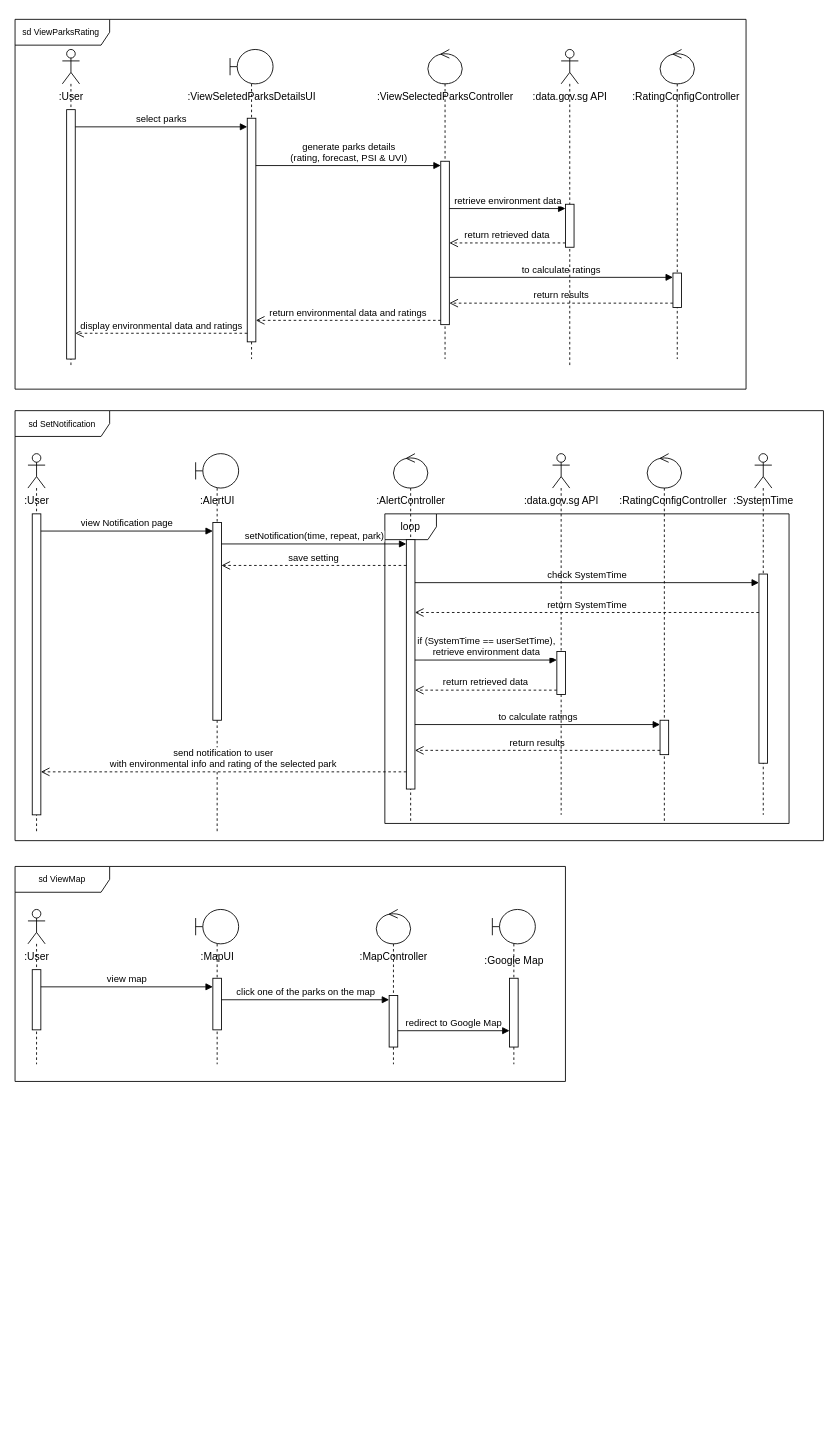
Above: page "Lab3" (5 of 5) of sequence.drawio in tetsuri2000/sequence-diagram-temp (draw.io), before the change. Source tidied: cells renumbered, new cells numbered last; positions are measured from the earlier drawing's top-left corner, leaving out a move shared by most shapes. Both pictures are drawn from the tidied source at 86%, with x=0, y=0 at pixel (15, 19).
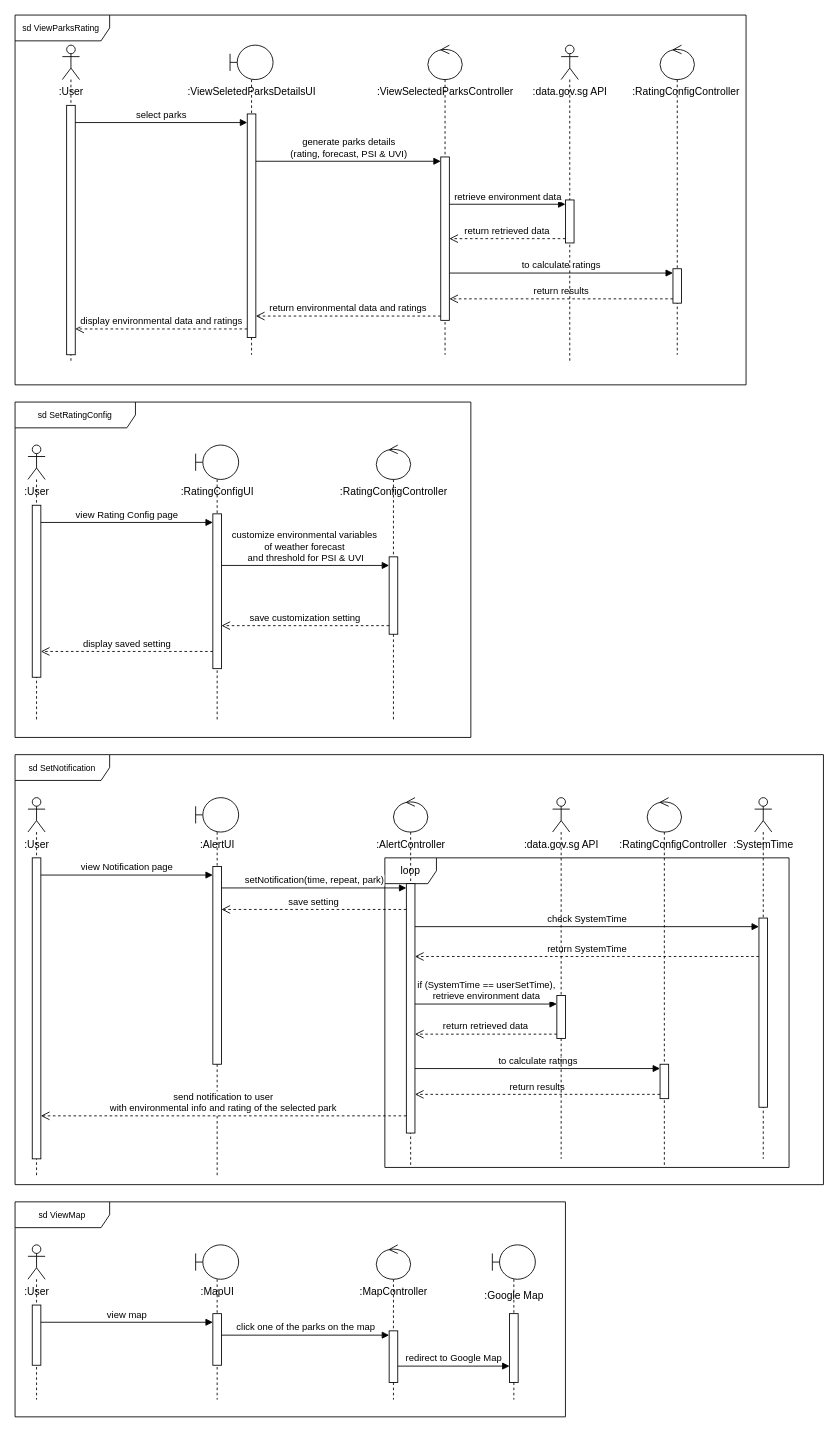
Above is the later version.

Unchanged cells that the change refers to:
```xml
<mxCell id="7" style="html=1;points=[[0,0,0,0,5],[0,1,0,0,-5],[1,0,0,0,5],[1,1,0,0,-5]];perimeter=orthogonalPerimeter;outlineConnect=0;targetShapes=umlLifeline;portConstraint=eastwest;newEdgeStyle={&quot;curved&quot;:0,&quot;rounded&quot;:0};" parent="6" vertex="1">
  <mxGeometry x="20" y="80" width="10" height="260" as="geometry" />
</mxCell>
<mxCell id="10" style="html=1;points=[[0,0,0,0,5],[0,1,0,0,-5],[1,0,0,0,5],[1,1,0,0,-5]];perimeter=orthogonalPerimeter;outlineConnect=0;targetShapes=umlLifeline;portConstraint=eastwest;newEdgeStyle={&quot;curved&quot;:0,&quot;rounded&quot;:0};" parent="9" vertex="1">
  <mxGeometry x="15" y="130" width="10" height="190" as="geometry" />
</mxCell>
<mxCell id="32" style="html=1;points=[[0,0,0,0,5],[0,1,0,0,-5],[1,0,0,0,5],[1,1,0,0,-5]];perimeter=orthogonalPerimeter;outlineConnect=0;targetShapes=umlLifeline;portConstraint=eastwest;newEdgeStyle={&quot;curved&quot;:0,&quot;rounded&quot;:0};" parent="31" vertex="1">
  <mxGeometry x="20" y="80" width="10" height="230" as="geometry" />
</mxCell>
<mxCell id="50" style="html=1;points=[[0,0,0,0,5],[0,1,0,0,-5],[1,0,0,0,5],[1,1,0,0,-5]];perimeter=orthogonalPerimeter;outlineConnect=0;targetShapes=umlLifeline;portConstraint=eastwest;newEdgeStyle={&quot;curved&quot;:0,&quot;rounded&quot;:0};" parent="49" vertex="1">
  <mxGeometry x="5" y="230" width="10" height="50" as="geometry" />
</mxCell>
<mxCell id="61" style="html=1;points=[[0,0,0,0,5],[0,1,0,0,-5],[1,0,0,0,5],[1,1,0,0,-5]];perimeter=orthogonalPerimeter;outlineConnect=0;targetShapes=umlLifeline;portConstraint=eastwest;newEdgeStyle={&quot;curved&quot;:0,&quot;rounded&quot;:0};" parent="60" vertex="1">
  <mxGeometry x="20" y="80" width="10" height="60" as="geometry" />
</mxCell>
<mxCell id="71" style="html=1;points=[[0,0,0,0,5],[0,1,0,0,-5],[1,0,0,0,5],[1,1,0,0,-5]];perimeter=orthogonalPerimeter;outlineConnect=0;targetShapes=umlLifeline;portConstraint=eastwest;newEdgeStyle={&quot;curved&quot;:0,&quot;rounded&quot;:0};" parent="70" vertex="1">
  <mxGeometry x="20" y="80" width="10" height="80" as="geometry" />
</mxCell>
```

The edit, as a diff of the source:
```diff
@@
     <mxCell id="2" value="&lt;font style=&quot;font-size: 10px;&quot;&gt;sd ViewParksRating&amp;nbsp;&lt;/font&gt;" style="shape=umlFrame;whiteSpace=wrap;html=1;width=110;height=30;" parent="1" vertex="1">
-      <mxGeometry width="850" height="430" as="geometry" />
+      <mxGeometry y="-5" width="850" height="430" as="geometry" />
     </mxCell>
     <mxCell id="3" style="shape=umlLifeline;perimeter=lifelinePerimeter;whiteSpace=wrap;html=1;newEdgeStyle={&quot;curved&quot;:0,&quot;rounded&quot;:0};participant=umlActor;" parent="1" vertex="1">
-      <mxGeometry x="55" y="35" width="20" height="370" as="geometry" />
+      <mxGeometry x="55" y="30" width="20" height="370" as="geometry" />
     </mxCell>
@@
     <mxCell id="5" value=":User" style="text;html=1;align=center;verticalAlign=middle;strokeColor=none;fillColor=none;fontSize=12;" parent="1" vertex="1">
-      <mxGeometry x="40" y="75" width="50" height="30" as="geometry" />
+      <mxGeometry x="40" y="70" width="50" height="30" as="geometry" />
     </mxCell>
     <mxCell id="6" style="shape=umlLifeline;perimeter=lifelinePerimeter;whiteSpace=wrap;html=1;newEdgeStyle={&quot;curved&quot;:0,&quot;rounded&quot;:0};participant=umlBoundary;" parent="1" vertex="1">
-      <mxGeometry x="250" y="35" width="50" height="360" as="geometry" />
+      <mxGeometry x="250" y="30" width="50" height="360" as="geometry" />
     </mxCell>
@@
     <mxCell id="8" value=":ViewSeletedParksDetailsUI" style="text;html=1;align=center;verticalAlign=middle;strokeColor=none;fillColor=none;" parent="1" vertex="1">
-      <mxGeometry x="190" y="75" width="170" height="30" as="geometry" />
+      <mxGeometry x="190" y="70" width="170" height="30" as="geometry" />
     </mxCell>
     <mxCell id="9" style="shape=umlLifeline;perimeter=lifelinePerimeter;whiteSpace=wrap;html=1;newEdgeStyle={&quot;curved&quot;:0,&quot;rounded&quot;:0};participant=umlControl;" parent="1" vertex="1">
-      <mxGeometry x="480" y="35" width="40" height="360" as="geometry" />
+      <mxGeometry x="480" y="30" width="40" height="360" as="geometry" />
     </mxCell>
@@
     <mxCell id="11" value=":ViewSelectedParksController" style="text;html=1;align=center;verticalAlign=middle;strokeColor=none;fillColor=none;" parent="1" vertex="1">
-      <mxGeometry x="410" y="75" width="180" height="30" as="geometry" />
+      <mxGeometry x="410" y="70" width="180" height="30" as="geometry" />
     </mxCell>
     <mxCell id="12" style="shape=umlLifeline;perimeter=lifelinePerimeter;whiteSpace=wrap;html=1;newEdgeStyle={&quot;curved&quot;:0,&quot;rounded&quot;:0};participant=umlControl;" parent="1" vertex="1">
-      <mxGeometry x="750" y="35" width="40" height="360" as="geometry" />
+      <mxGeometry x="750" y="30" width="40" height="360" as="geometry" />
     </mxCell>
@@
     <mxCell id="14" value=":RatingConfigController" style="text;html=1;align=center;verticalAlign=middle;strokeColor=none;fillColor=none;" parent="1" vertex="1">
-      <mxGeometry x="705" y="75" width="150" height="30" as="geometry" />
+      <mxGeometry x="705" y="70" width="150" height="30" as="geometry" />
     </mxCell>
     <mxCell id="15" value="return retrieved data" style="html=1;verticalAlign=bottom;endArrow=open;dashed=1;endSize=8;curved=0;rounded=0;exitX=0;exitY=1;exitDx=0;exitDy=-5;" parent="1" edge="1" target="10">
       <mxGeometry relative="1" as="geometry">
-        <mxPoint x="640" y="260" as="sourcePoint" />
+        <mxPoint x="640" y="255" as="sourcePoint" />
       </mxGeometry>
     </mxCell>
     <mxCell id="16" value="retrieve environment data" style="html=1;verticalAlign=bottom;endArrow=block;curved=0;rounded=0;entryX=0;entryY=0;entryDx=0;entryDy=5;" parent="1" edge="1" source="10">
       <mxGeometry relative="1" as="geometry">
-        <mxPoint x="640" y="220" as="targetPoint" />
+        <mxPoint x="640" y="215" as="targetPoint" />
       </mxGeometry>
     </mxCell>
@@
     <mxCell id="21" value="select parks" style="html=1;verticalAlign=bottom;endArrow=block;curved=0;rounded=0;" parent="1" edge="1" target="7">
       <mxGeometry relative="1" as="geometry">
-        <mxPoint x="70" y="125" as="sourcePoint" />
+        <mxPoint x="70" y="120" as="sourcePoint" />
       </mxGeometry>
     </mxCell>
     <mxCell id="22" value="display environmental data and ratings" style="html=1;verticalAlign=bottom;endArrow=open;dashed=1;endSize=8;curved=0;rounded=0;" parent="1" edge="1" source="7">
       <mxGeometry relative="1" as="geometry">
-        <mxPoint x="70" y="365" as="targetPoint" />
+        <mxPoint x="70" y="360" as="targetPoint" />
       </mxGeometry>
     </mxCell>
     <mxCell id="23" style="shape=umlLifeline;perimeter=lifelinePerimeter;whiteSpace=wrap;html=1;newEdgeStyle={&quot;curved&quot;:0,&quot;rounded&quot;:0};participant=umlActor;" parent="1" vertex="1">
-      <mxGeometry x="635" y="35" width="20" height="370" as="geometry" />
+      <mxGeometry x="635" y="30" width="20" height="370" as="geometry" />
     </mxCell>
@@
     <mxCell id="25" value=":data.gov.sg API" style="text;html=1;align=center;verticalAlign=middle;strokeColor=none;fillColor=none;" parent="1" vertex="1">
-      <mxGeometry x="590" y="75" width="110" height="30" as="geometry" />
+      <mxGeometry x="590" y="70" width="110" height="30" as="geometry" />
     </mxCell>
     <mxCell id="26" value="loop" style="shape=umlFrame;whiteSpace=wrap;html=1;" parent="1" vertex="1">
-      <mxGeometry x="430" y="575" width="470" height="360" as="geometry" />
+      <mxGeometry x="430" y="975" width="470" height="360" as="geometry" />
     </mxCell>
     <mxCell id="27" value="&lt;font style=&quot;font-size: 10px;&quot;&gt;sd SetNotification&lt;/font&gt;" style="shape=umlFrame;whiteSpace=wrap;html=1;width=110;height=30;" parent="1" vertex="1">
-      <mxGeometry y="455" width="940" height="500" as="geometry" />
+      <mxGeometry y="855" width="940" height="500" as="geometry" />
     </mxCell>
     <mxCell id="28" style="shape=umlLifeline;perimeter=lifelinePerimeter;whiteSpace=wrap;html=1;newEdgeStyle={&quot;curved&quot;:0,&quot;rounded&quot;:0};participant=umlActor;" parent="1" vertex="1">
-      <mxGeometry x="15" y="505" width="20" height="440" as="geometry" />
+      <mxGeometry x="15" y="905" width="20" height="440" as="geometry" />
     </mxCell>
@@
     <mxCell id="30" value=":User" style="text;html=1;align=center;verticalAlign=middle;strokeColor=none;fillColor=none;fontSize=12;" parent="1" vertex="1">
-      <mxGeometry y="545" width="50" height="30" as="geometry" />
+      <mxGeometry y="945" width="50" height="30" as="geometry" />
     </mxCell>
     <mxCell id="31" style="shape=umlLifeline;perimeter=lifelinePerimeter;whiteSpace=wrap;html=1;newEdgeStyle={&quot;curved&quot;:0,&quot;rounded&quot;:0};participant=umlBoundary;" parent="1" vertex="1">
-      <mxGeometry x="210" y="505" width="50" height="440" as="geometry" />
+      <mxGeometry x="210" y="905" width="50" height="440" as="geometry" />
     </mxCell>
@@
     <mxCell id="33" value=":AlertUI" style="text;html=1;align=center;verticalAlign=middle;strokeColor=none;fillColor=none;" parent="1" vertex="1">
-      <mxGeometry x="205" y="545" width="60" height="30" as="geometry" />
+      <mxGeometry x="205" y="945" width="60" height="30" as="geometry" />
     </mxCell>
     <mxCell id="34" style="shape=umlLifeline;perimeter=lifelinePerimeter;whiteSpace=wrap;html=1;newEdgeStyle={&quot;curved&quot;:0,&quot;rounded&quot;:0};participant=umlControl;" parent="1" vertex="1">
-      <mxGeometry x="440" y="505" width="40" height="430" as="geometry" />
+      <mxGeometry x="440" y="905" width="40" height="430" as="geometry" />
     </mxCell>
@@
     <mxCell id="36" value=":AlertController" style="text;html=1;align=center;verticalAlign=middle;strokeColor=none;fillColor=none;" parent="1" vertex="1">
-      <mxGeometry x="410" y="545" width="100" height="30" as="geometry" />
+      <mxGeometry x="410" y="945" width="100" height="30" as="geometry" />
     </mxCell>
     <mxCell id="37" style="shape=umlLifeline;perimeter=lifelinePerimeter;whiteSpace=wrap;html=1;newEdgeStyle={&quot;curved&quot;:0,&quot;rounded&quot;:0};participant=umlControl;" parent="1" vertex="1">
-      <mxGeometry x="735" y="505" width="40" height="430" as="geometry" />
+      <mxGeometry x="735" y="905" width="40" height="430" as="geometry" />
     </mxCell>
@@
     <mxCell id="39" value=":RatingConfigController" style="text;html=1;align=center;verticalAlign=middle;strokeColor=none;fillColor=none;" parent="1" vertex="1">
-      <mxGeometry x="690" y="545" width="150" height="30" as="geometry" />
+      <mxGeometry x="690" y="945" width="150" height="30" as="geometry" />
     </mxCell>
@@
     <mxCell id="42" value="save setting" style="html=1;verticalAlign=bottom;endArrow=open;dashed=1;endSize=8;curved=0;rounded=0;exitX=0;exitY=1;exitDx=0;exitDy=-5;" parent="1" edge="1">
       <mxGeometry relative="1" as="geometry">
-        <mxPoint x="455" y="635" as="sourcePoint" />
-        <mxPoint x="240" y="635" as="targetPoint" />
+        <mxPoint x="455" y="1035" as="sourcePoint" />
+        <mxPoint x="240" y="1035" as="targetPoint" />
       </mxGeometry>
     </mxCell>
@@
     <mxCell id="45" value="view Notification page" style="html=1;verticalAlign=bottom;endArrow=block;curved=0;rounded=0;" parent="1" edge="1" target="32">
       <mxGeometry relative="1" as="geometry">
-        <mxPoint x="30" y="595" as="sourcePoint" />
+        <mxPoint x="30" y="995" as="sourcePoint" />
       </mxGeometry>
     </mxCell>
     <mxCell id="46" value="send notification to user &lt;br&gt;with environmental info and rating of the selected park" style="html=1;verticalAlign=bottom;endArrow=open;dashed=1;endSize=8;curved=0;rounded=0;" parent="1" edge="1">
       <mxGeometry relative="1" as="geometry">
-        <mxPoint x="455" y="875" as="sourcePoint" />
-        <mxPoint x="30" y="875" as="targetPoint" />
+        <mxPoint x="455" y="1275" as="sourcePoint" />
+        <mxPoint x="30" y="1275" as="targetPoint" />
       </mxGeometry>
     </mxCell>
     <mxCell id="47" value="check SystemTime" style="html=1;verticalAlign=bottom;endArrow=block;curved=0;rounded=0;" parent="1" edge="1">
       <mxGeometry relative="1" as="geometry">
-        <mxPoint x="465" y="655" as="sourcePoint" />
-        <mxPoint x="865" y="655" as="targetPoint" />
+        <mxPoint x="465" y="1055" as="sourcePoint" />
+        <mxPoint x="865" y="1055" as="targetPoint" />
       </mxGeometry>
     </mxCell>
     <mxCell id="48" value="return SystemTime" style="html=1;verticalAlign=bottom;endArrow=open;dashed=1;endSize=8;curved=0;rounded=0;" parent="1" edge="1">
       <mxGeometry relative="1" as="geometry">
-        <mxPoint x="865" y="689.7" as="sourcePoint" />
-        <mxPoint x="465" y="689.7" as="targetPoint" />
+        <mxPoint x="865" y="1089.7" as="sourcePoint" />
+        <mxPoint x="465" y="1089.7" as="targetPoint" />
       </mxGeometry>
     </mxCell>
     <mxCell id="49" style="shape=umlLifeline;perimeter=lifelinePerimeter;whiteSpace=wrap;html=1;newEdgeStyle={&quot;curved&quot;:0,&quot;rounded&quot;:0};participant=umlActor;" parent="1" vertex="1">
-      <mxGeometry x="625" y="505" width="20" height="420" as="geometry" />
+      <mxGeometry x="625" y="905" width="20" height="420" as="geometry" />
     </mxCell>
@@
     <mxCell id="51" value=":data.gov.sg API" style="text;html=1;align=center;verticalAlign=middle;strokeColor=none;fillColor=none;" parent="1" vertex="1">
-      <mxGeometry x="580" y="545" width="110" height="30" as="geometry" />
+      <mxGeometry x="580" y="945" width="110" height="30" as="geometry" />
     </mxCell>
     <mxCell id="52" style="shape=umlLifeline;perimeter=lifelinePerimeter;whiteSpace=wrap;html=1;newEdgeStyle={&quot;curved&quot;:0,&quot;rounded&quot;:0};participant=umlActor;" parent="1" vertex="1">
-      <mxGeometry x="860" y="505" width="20" height="420" as="geometry" />
+      <mxGeometry x="860" y="905" width="20" height="420" as="geometry" />
     </mxCell>
@@
     <mxCell id="54" value=":SystemTime" style="text;html=1;align=center;verticalAlign=middle;strokeColor=none;fillColor=none;" parent="1" vertex="1">
-      <mxGeometry x="825" y="545" width="90" height="30" as="geometry" />
+      <mxGeometry x="825" y="945" width="90" height="30" as="geometry" />
     </mxCell>
     <mxCell id="55" value="if (SystemTime == userSetTime),&lt;br&gt;retrieve environment data" style="html=1;verticalAlign=bottom;endArrow=block;curved=0;rounded=0;" parent="1" edge="1" target="50">
       <mxGeometry relative="1" as="geometry">
-        <mxPoint x="465" y="745" as="sourcePoint" />
+        <mxPoint x="465" y="1145" as="sourcePoint" />
       </mxGeometry>
     </mxCell>
     <mxCell id="56" value="&lt;font style=&quot;font-size: 10px;&quot;&gt;sd ViewMap&lt;/font&gt;" style="shape=umlFrame;whiteSpace=wrap;html=1;width=110;height=30;" parent="1" vertex="1">
-      <mxGeometry y="985" width="640" height="250" as="geometry" />
+      <mxGeometry y="1375" width="640" height="250" as="geometry" />
     </mxCell>
     <mxCell id="57" style="shape=umlLifeline;perimeter=lifelinePerimeter;whiteSpace=wrap;html=1;newEdgeStyle={&quot;curved&quot;:0,&quot;rounded&quot;:0};participant=umlActor;" parent="1" vertex="1">
-      <mxGeometry x="15" y="1035" width="20" height="180" as="geometry" />
+      <mxGeometry x="15" y="1425" width="20" height="180" as="geometry" />
     </mxCell>
@@
     <mxCell id="59" value=":User" style="text;html=1;align=center;verticalAlign=middle;strokeColor=none;fillColor=none;fontSize=12;" parent="1" vertex="1">
-      <mxGeometry y="1075" width="50" height="30" as="geometry" />
+      <mxGeometry y="1465" width="50" height="30" as="geometry" />
     </mxCell>
     <mxCell id="60" style="shape=umlLifeline;perimeter=lifelinePerimeter;whiteSpace=wrap;html=1;newEdgeStyle={&quot;curved&quot;:0,&quot;rounded&quot;:0};participant=umlBoundary;" parent="1" vertex="1">
-      <mxGeometry x="210" y="1035" width="50" height="180" as="geometry" />
+      <mxGeometry x="210" y="1425" width="50" height="180" as="geometry" />
     </mxCell>
@@
     <mxCell id="62" value=":MapUI" style="text;html=1;align=center;verticalAlign=middle;strokeColor=none;fillColor=none;" parent="1" vertex="1">
-      <mxGeometry x="205" y="1075" width="60" height="30" as="geometry" />
+      <mxGeometry x="205" y="1465" width="60" height="30" as="geometry" />
     </mxCell>
     <mxCell id="63" style="shape=umlLifeline;perimeter=lifelinePerimeter;whiteSpace=wrap;html=1;newEdgeStyle={&quot;curved&quot;:0,&quot;rounded&quot;:0};participant=umlControl;" parent="1" vertex="1">
-      <mxGeometry x="420" y="1035" width="40" height="180" as="geometry" />
+      <mxGeometry x="420" y="1425" width="40" height="180" as="geometry" />
     </mxCell>
@@
     <mxCell id="65" value=":MapController" style="text;html=1;align=center;verticalAlign=middle;strokeColor=none;fillColor=none;" parent="1" vertex="1">
-      <mxGeometry x="390" y="1075" width="100" height="30" as="geometry" />
+      <mxGeometry x="390" y="1465" width="100" height="30" as="geometry" />
     </mxCell>
@@
     <mxCell id="67" value="view map" style="html=1;verticalAlign=bottom;endArrow=block;curved=0;rounded=0;" parent="1" edge="1" target="61">
       <mxGeometry relative="1" as="geometry">
-        <mxPoint x="30" y="1125" as="sourcePoint" />
+        <mxPoint x="30" y="1515" as="sourcePoint" />
       </mxGeometry>
     </mxCell>
     <mxCell id="68" value="redirect to Google Map" style="html=1;verticalAlign=bottom;endArrow=block;curved=0;rounded=0;" parent="1" edge="1" target="71">
       <mxGeometry relative="1" as="geometry">
-        <mxPoint x="445" y="1176" as="sourcePoint" />
+        <mxPoint x="445" y="1566" as="sourcePoint" />
       </mxGeometry>
     </mxCell>
     <mxCell id="69" value=":Google Map" style="text;html=1;align=center;verticalAlign=middle;strokeColor=none;fillColor=none;" parent="1" vertex="1">
-      <mxGeometry x="535" y="1080" width="90" height="30" as="geometry" />
+      <mxGeometry x="535" y="1470" width="90" height="30" as="geometry" />
     </mxCell>
     <mxCell id="70" style="shape=umlLifeline;perimeter=lifelinePerimeter;whiteSpace=wrap;html=1;newEdgeStyle={&quot;curved&quot;:0,&quot;rounded&quot;:0};participant=umlBoundary;" parent="1" vertex="1">
-      <mxGeometry x="555" y="1035" width="50" height="180" as="geometry" />
+      <mxGeometry x="555" y="1425" width="50" height="180" as="geometry" />
     </mxCell>
@@
+    <mxCell id="72" value="&lt;font style=&quot;font-size: 10px;&quot;&gt;sd SetRatingConfig&lt;/font&gt;" style="shape=umlFrame;whiteSpace=wrap;html=1;width=140;height=30;" parent="1" vertex="1">
+      <mxGeometry y="445" width="530" height="390" as="geometry" />
+    </mxCell>
+    <mxCell id="73" style="shape=umlLifeline;perimeter=lifelinePerimeter;whiteSpace=wrap;html=1;newEdgeStyle={&quot;curved&quot;:0,&quot;rounded&quot;:0};participant=umlActor;" parent="1" vertex="1">
+      <mxGeometry x="15" y="495" width="20" height="320" as="geometry" />
+    </mxCell>
+    <mxCell id="74" style="html=1;perimeter=orthogonalPerimeter;targetShapes=umlLifeline;newEdgeStyle={&quot;curved&quot;:0,&quot;rounded&quot;:0};" parent="73" vertex="1">
+      <mxGeometry x="5" y="70" width="10" height="200" as="geometry" />
+    </mxCell>
+    <mxCell id="75" value=":User" style="text;html=1;align=center;verticalAlign=middle;strokeColor=none;fillColor=none;fontSize=12;" parent="1" vertex="1">
+      <mxGeometry y="535" width="50" height="30" as="geometry" />
+    </mxCell>
+    <mxCell id="76" style="shape=umlLifeline;perimeter=lifelinePerimeter;whiteSpace=wrap;html=1;newEdgeStyle={&quot;curved&quot;:0,&quot;rounded&quot;:0};participant=umlBoundary;" parent="1" vertex="1">
+      <mxGeometry x="210" y="495" width="50" height="320" as="geometry" />
+    </mxCell>
+    <mxCell id="77" style="html=1;points=[[0,0,0,0,5],[0,1,0,0,-5],[1,0,0,0,5],[1,1,0,0,-5]];perimeter=orthogonalPerimeter;outlineConnect=0;targetShapes=umlLifeline;portConstraint=eastwest;newEdgeStyle={&quot;curved&quot;:0,&quot;rounded&quot;:0};" parent="76" vertex="1">
+      <mxGeometry x="20" y="80" width="10" height="180" as="geometry" />
+    </mxCell>
+    <mxCell id="78" value=":RatingConfigUI" style="text;html=1;align=center;verticalAlign=middle;strokeColor=none;fillColor=none;" parent="1" vertex="1">
+      <mxGeometry x="180" y="535" width="110" height="30" as="geometry" />
+    </mxCell>
+    <mxCell id="79" style="shape=umlLifeline;perimeter=lifelinePerimeter;whiteSpace=wrap;html=1;newEdgeStyle={&quot;curved&quot;:0,&quot;rounded&quot;:0};participant=umlControl;" parent="1" vertex="1">
+      <mxGeometry x="420" y="495" width="40" height="320" as="geometry" />
+    </mxCell>
+    <mxCell id="80" style="html=1;points=[[0,0,0,0,5],[0,1,0,0,-5],[1,0,0,0,5],[1,1,0,0,-5]];perimeter=orthogonalPerimeter;outlineConnect=0;targetShapes=umlLifeline;portConstraint=eastwest;newEdgeStyle={&quot;curved&quot;:0,&quot;rounded&quot;:0};" parent="79" vertex="1">
+      <mxGeometry x="15" y="130" width="10" height="90" as="geometry" />
+    </mxCell>
+    <mxCell id="81" value=":RatingConfigController" style="text;html=1;align=center;verticalAlign=middle;strokeColor=none;fillColor=none;" parent="1" vertex="1">
+      <mxGeometry x="365" y="535" width="150" height="30" as="geometry" />
+    </mxCell>
+    <mxCell id="82" value="customize&amp;nbsp;&lt;span style=&quot;background-color: light-dark(#ffffff, var(--ge-dark-color, #121212)); color: light-dark(rgb(0, 0, 0), rgb(255, 255, 255));&quot;&gt;environmental variables&amp;nbsp;&lt;/span&gt;&lt;div&gt;&lt;span style=&quot;color: light-dark(rgb(0, 0, 0), rgb(255, 255, 255)); background-color: light-dark(#ffffff, var(--ge-dark-color, #121212));&quot;&gt;of weather forecast&amp;nbsp;&lt;/span&gt;&lt;div&gt;&lt;div&gt;&lt;div&gt;and threshold for PSI &amp;amp; UVI&lt;/div&gt;&lt;/div&gt;&lt;/div&gt;&lt;/div&gt;" style="html=1;verticalAlign=bottom;endArrow=block;curved=0;rounded=0;" parent="1" edge="1" target="80">
+      <mxGeometry relative="1" as="geometry">
+        <mxPoint x="240" y="635" as="sourcePoint" />
+      </mxGeometry>
+    </mxCell>
+    <mxCell id="83" value="view Rating Config page" style="html=1;verticalAlign=bottom;endArrow=block;curved=0;rounded=0;" parent="1" edge="1" target="77">
+      <mxGeometry relative="1" as="geometry">
+        <mxPoint x="30" y="585" as="sourcePoint" />
+      </mxGeometry>
+    </mxCell>
+    <mxCell id="84" value="save customization setting" style="html=1;verticalAlign=bottom;endArrow=open;dashed=1;endSize=8;curved=0;rounded=0;" parent="1" edge="1" source="80">
+      <mxGeometry relative="1" as="geometry">
+        <mxPoint x="240" y="705" as="targetPoint" />
+      </mxGeometry>
+    </mxCell>
+    <mxCell id="85" value="display saved setting" style="html=1;verticalAlign=bottom;endArrow=open;dashed=1;endSize=8;curved=0;rounded=0;" parent="1" edge="1">
+      <mxGeometry relative="1" as="geometry">
+        <mxPoint x="230" y="735" as="sourcePoint" />
+        <mxPoint x="30" y="735" as="targetPoint" />
+      </mxGeometry>
+    </mxCell>
```
